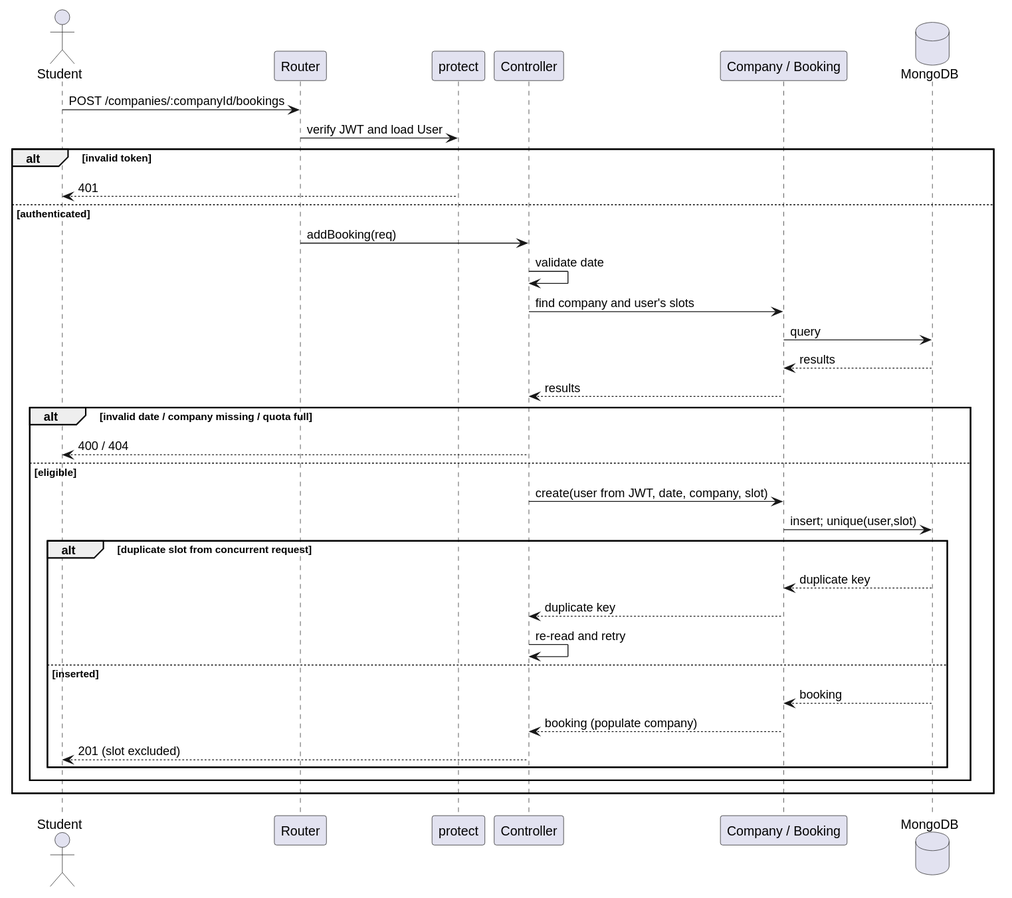
Nesta1223/Nesta-JobFair keeps this PlantUML diagram as docs/diagrams/create-booking.svg. Above is the earlier version.
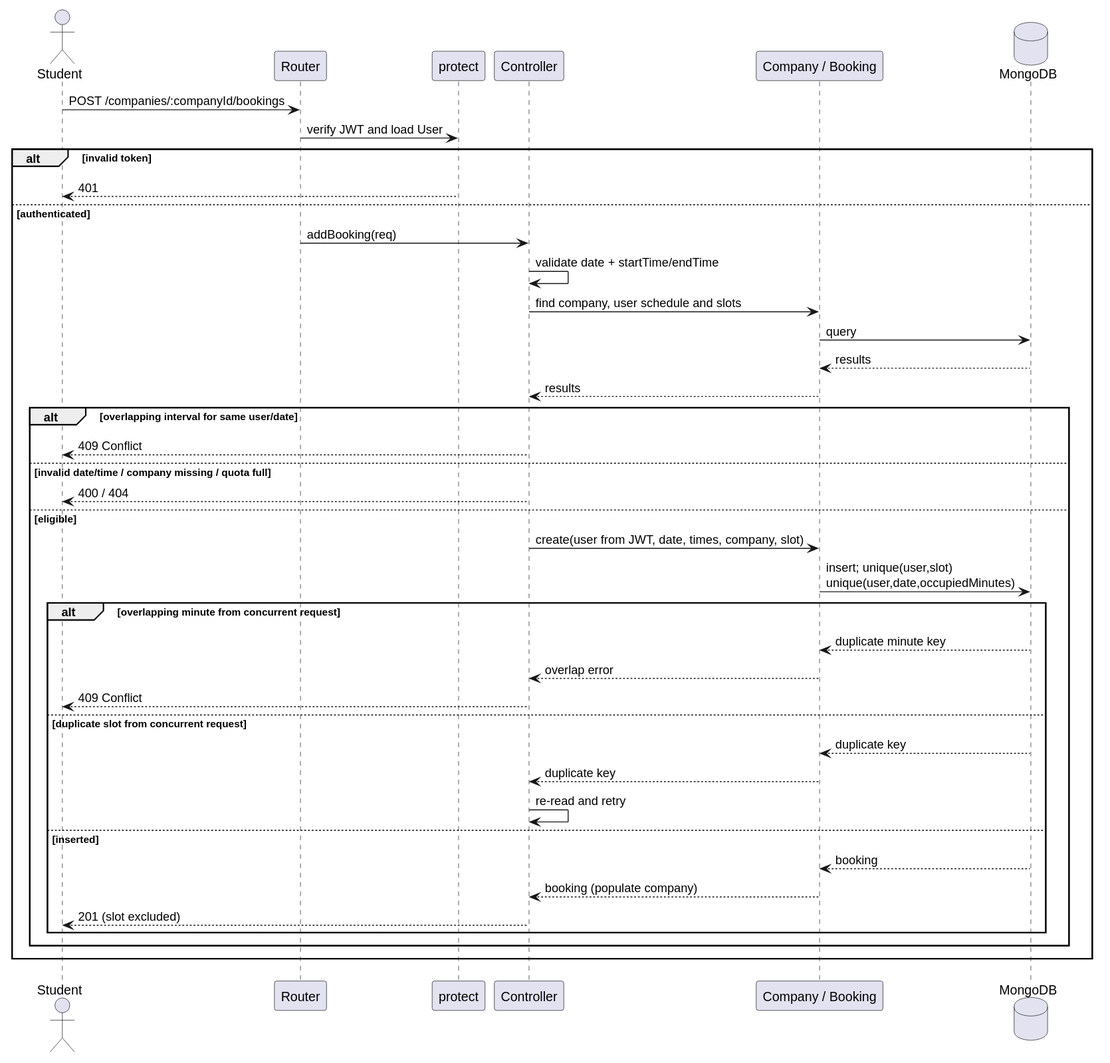
Later version of the same file.

Change to the diagram source:
```diff
@@ -11,17 +11,23 @@
 Auth --> Student: 401
 else authenticated
 Router -> Controller: addBooking(req)
-Controller -> Controller: validate date
-Controller -> Model: find company and user's slots
+Controller -> Controller: validate date + startTime/endTime
+Controller -> Model: find company, user schedule and slots
 Model -> MongoDB: query
 MongoDB --> Model: results
 Model --> Controller: results
-alt invalid date / company missing / quota full
+alt overlapping interval for same user/date
+Controller --> Student: 409 Conflict
+else invalid date/time / company missing / quota full
 Controller --> Student: 400 / 404
 else eligible
-Controller -> Model: create(user from JWT, date, company, slot)
-Model -> MongoDB: insert; unique(user,slot)
-alt duplicate slot from concurrent request
+Controller -> Model: create(user from JWT, date, times, company, slot)
+Model -> MongoDB: insert; unique(user,slot)\nunique(user,date,occupiedMinutes)
+alt overlapping minute from concurrent request
+MongoDB --> Model: duplicate minute key
+Model --> Controller: overlap error
+Controller --> Student: 409 Conflict
+else duplicate slot from concurrent request
 MongoDB --> Model: duplicate key
 Model --> Controller: duplicate key
 Controller -> Controller: re-read and retry
```
